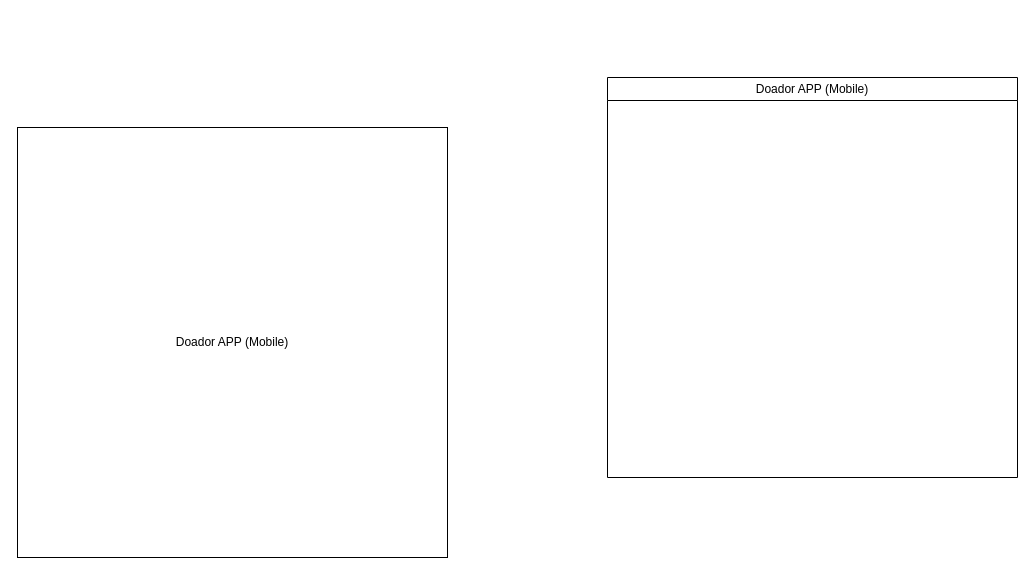
This is Sistema Hemosc.drawio from hemoscapp/base-app, a draw.io file, before an edit. Source tidied: cells renumbered, new cells numbered last; positions are measured from the earlier drawing's top-left corner, leaving out a move shared by most shapes. Both pictures are drawn from the tidied source at 100%, with x=0, y=0 at pixel (17, 77).
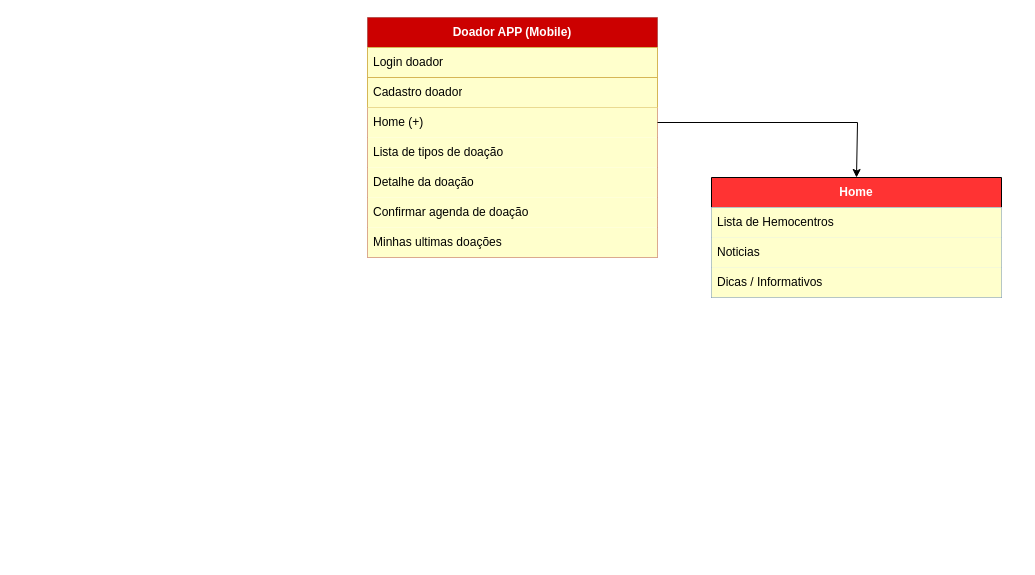
Above is the later version.

Change to the diagram source:
```diff
@@
 <mxGraphModel>
   <root>
     <mxCell id="0" />
     <mxCell id="1" parent="0" />
-    <mxCell id="2" value="Doador APP (Mobile)" style="whiteSpace=wrap;html=1;" parent="1" vertex="1">
-      <mxGeometry y="50" width="430" height="430" as="geometry" />
-    </mxCell>
-    <mxCell id="3" value="&lt;span style=&quot;font-weight: 400;&quot;&gt;Doador APP (Mobile)&lt;/span&gt;" style="swimlane;whiteSpace=wrap;html=1;" parent="1" vertex="1">
-      <mxGeometry x="590" width="410" height="400" as="geometry" />
-    </mxCell>
+    <mxCell id="4" value="Doador APP (Mobile)" style="swimlane;fontStyle=1;horizontal=1;startSize=30;whiteSpace=wrap;html=1;fillColor=#CC0000;strokeColor=#b85450;fontColor=#ffffff;" parent="1" vertex="1">
+      <mxGeometry x="350" y="-60" width="290" height="240" as="geometry" />
+    </mxCell>
+    <mxCell id="5" value="Login doador" style="text;strokeColor=#d6b656;fillColor=#FFFFCC;align=left;verticalAlign=middle;spacingLeft=4;spacingRight=4;overflow=hidden;whiteSpace=wrap;html=1;" parent="4" vertex="1">
+      <mxGeometry y="30" width="290" height="30" as="geometry" />
+    </mxCell>
+    <mxCell id="6" value="Cadastro doador" style="text;strokeColor=#d6b656;fillColor=#FFFFCC;align=left;verticalAlign=middle;spacingLeft=4;spacingRight=4;overflow=hidden;whiteSpace=wrap;html=1;" parent="4" vertex="1">
+      <mxGeometry y="60" width="290" height="30" as="geometry" />
+    </mxCell>
+    <mxCell id="7" value="Home (+)&lt;span style=&quot;white-space: pre;&quot;&gt;&#9;&lt;/span&gt;" style="text;strokeColor=none;fillColor=#FFFFCC;align=left;verticalAlign=middle;spacingLeft=4;spacingRight=4;overflow=hidden;points=[[0,0.5],[1,0.5]];portConstraint=eastwest;whiteSpace=wrap;html=1;" parent="4" vertex="1">
+      <mxGeometry y="90" width="290" height="30" as="geometry" />
+    </mxCell>
+    <mxCell id="8" value="Lista de tipos de doação" style="text;strokeColor=none;fillColor=#FFFFCC;align=left;verticalAlign=middle;spacingLeft=4;spacingRight=4;overflow=hidden;whiteSpace=wrap;html=1;" parent="4" vertex="1">
+      <mxGeometry y="120" width="290" height="30" as="geometry" />
+    </mxCell>
+    <mxCell id="9" value="Detalhe da doação" style="text;strokeColor=none;fillColor=#FFFFCC;align=left;verticalAlign=middle;spacingLeft=4;spacingRight=4;overflow=hidden;whiteSpace=wrap;html=1;" parent="4" vertex="1">
+      <mxGeometry y="150" width="290" height="30" as="geometry" />
+    </mxCell>
+    <mxCell id="10" value="Confirmar agenda de doação" style="text;strokeColor=none;fillColor=#FFFFCC;align=left;verticalAlign=middle;spacingLeft=4;spacingRight=4;overflow=hidden;whiteSpace=wrap;html=1;" parent="4" vertex="1">
+      <mxGeometry y="180" width="290" height="30" as="geometry" />
+    </mxCell>
+    <mxCell id="11" value="Minhas ultimas doações" style="text;strokeColor=none;fillColor=#FFFFCC;align=left;verticalAlign=middle;spacingLeft=4;spacingRight=4;overflow=hidden;whiteSpace=wrap;html=1;" parent="4" vertex="1">
+      <mxGeometry y="210" width="290" height="30" as="geometry" />
+    </mxCell>
+    <mxCell id="12" value="Home" style="swimlane;fontStyle=1;horizontal=1;startSize=30;whiteSpace=wrap;html=1;fillColor=#FF3333;fontColor=#FFFFFF;" parent="1" vertex="1">
+      <mxGeometry x="694" y="100" width="290" height="120" as="geometry" />
+    </mxCell>
+    <mxCell id="13" style="group;fillColor=#dae8fc;strokeColor=#6c8ebf;" parent="12" vertex="1">
+      <mxGeometry y="30" width="290" height="90" as="geometry" />
+    </mxCell>
+    <mxCell id="14" value="Lista de Hemocentros" style="text;strokeColor=none;fillColor=#FFFFCC;align=left;verticalAlign=middle;spacingLeft=4;spacingRight=4;overflow=hidden;whiteSpace=wrap;html=1;" parent="13" vertex="1">
+      <mxGeometry width="290" height="30" as="geometry" />
+    </mxCell>
+    <mxCell id="15" value="Noticias&amp;nbsp;" style="text;strokeColor=none;fillColor=#FFFFCC;align=left;verticalAlign=middle;spacingLeft=4;spacingRight=4;overflow=hidden;whiteSpace=wrap;html=1;" parent="13" vertex="1">
+      <mxGeometry y="30" width="290" height="30" as="geometry" />
+    </mxCell>
+    <mxCell id="16" value="Dicas / Informativos" style="text;strokeColor=none;fillColor=#FFFFCC;align=left;verticalAlign=middle;spacingLeft=4;spacingRight=4;overflow=hidden;whiteSpace=wrap;html=1;" parent="13" vertex="1">
+      <mxGeometry y="60" width="290" height="30" as="geometry" />
+    </mxCell>
+    <mxCell id="17" style="endArrow=classic;html=1;rounded=0;exitX=1;exitY=0.5;exitDx=0;exitDy=0;entryX=0.5;entryY=0;entryDx=0;entryDy=0;" parent="1" edge="1" source="7" target="12">
+      <mxGeometry relative="1" as="geometry">
+        <Array as="points">
+          <mxPoint x="840" y="45" />
+        </Array>
+      </mxGeometry>
+    </mxCell>
   </root>
 </mxGraphModel>
```
